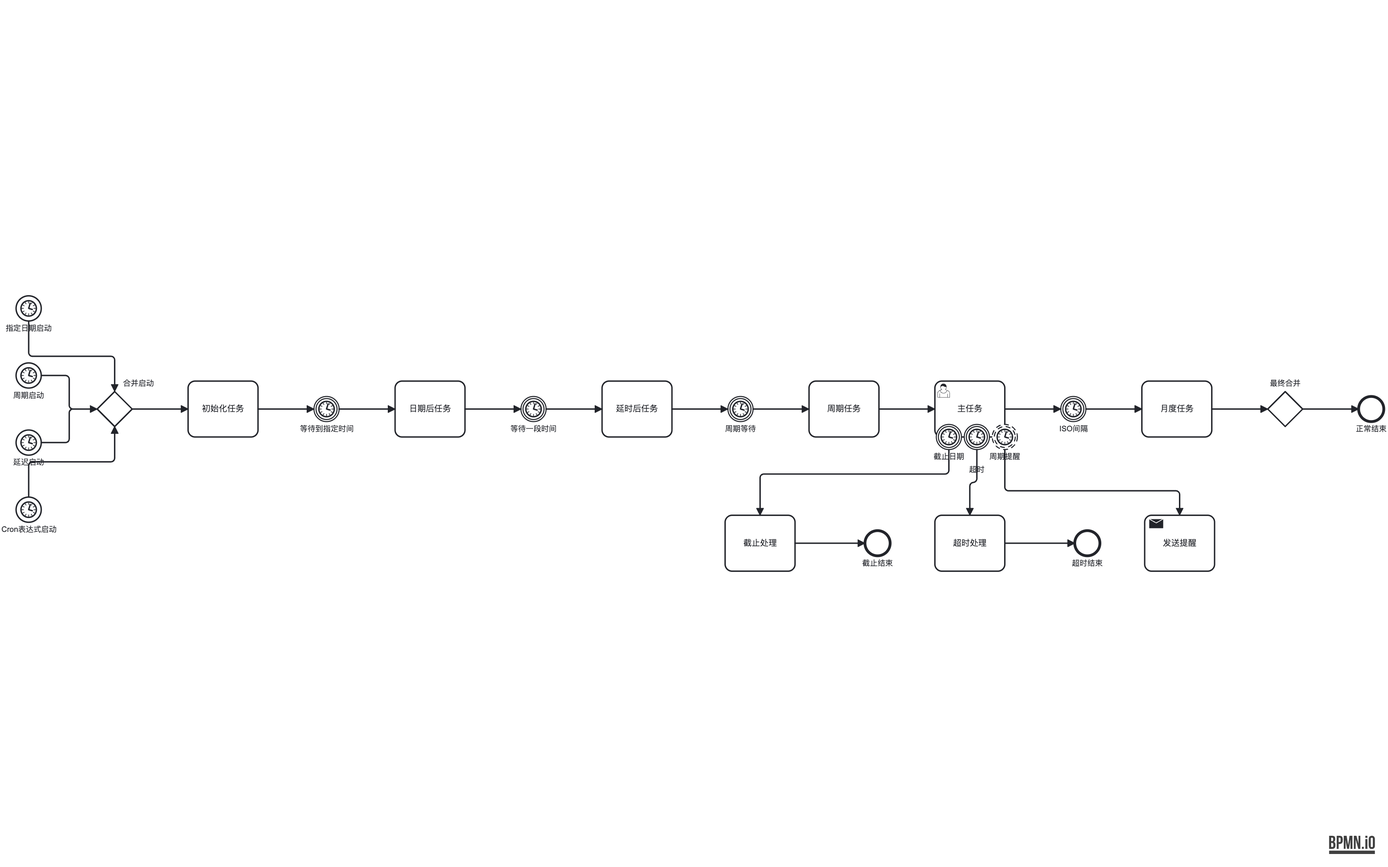
Earlier version of the BPMN export out-bpmn-png/14-timer-variants.png (LcpMarvel/tramito-layout). Its source is kept beside it as out-xml/14-timer-variants.bpmn. Ids are renumbered.
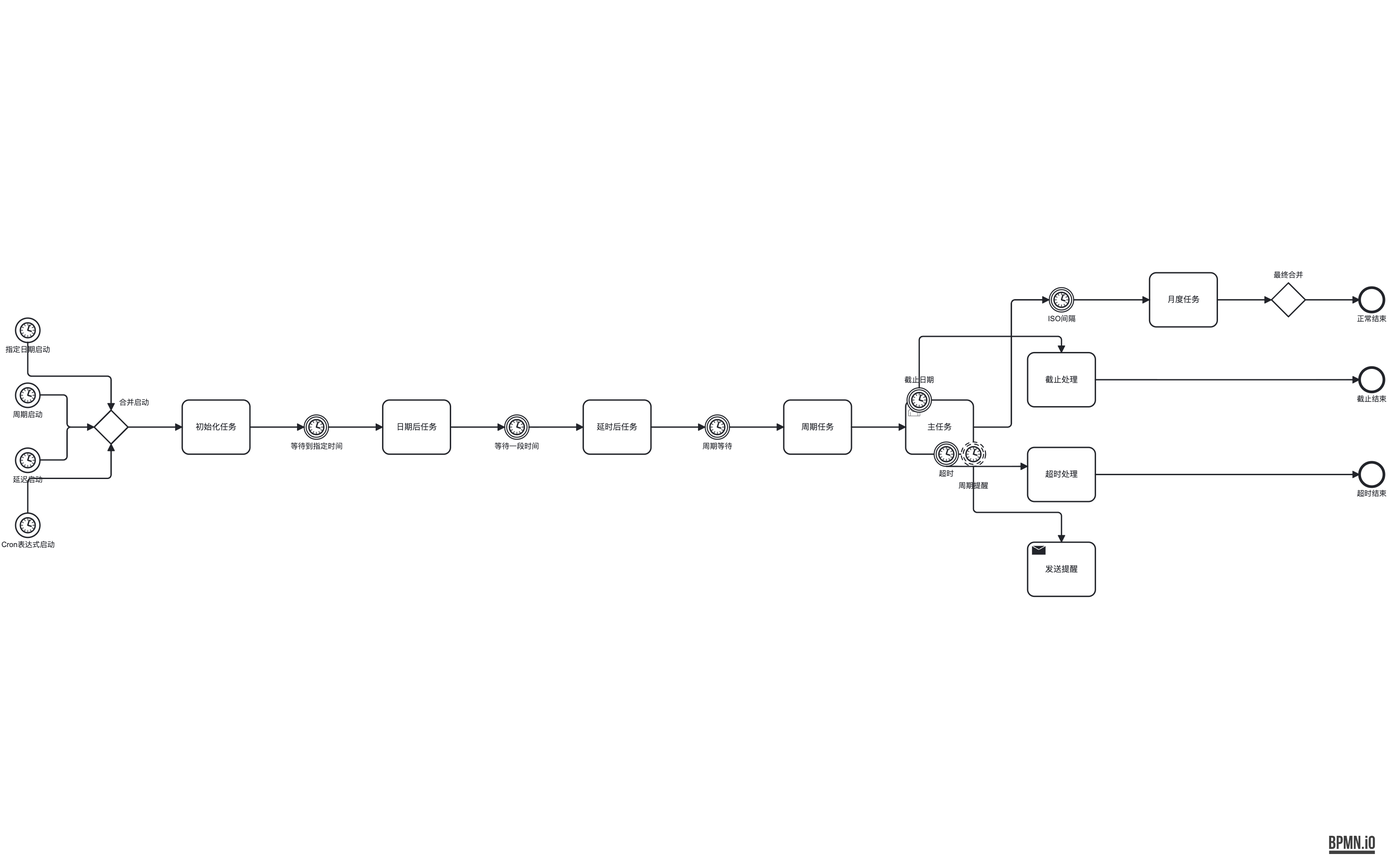
The same file after the commit.

Change to the diagram source:
```diff
@@ -361,8 +361,7 @@
       </bpmndi:BPMNEdge>
       <bpmndi:BPMNEdge id="flow_timeout_boundary_di" bpmnElement="flow_timeout_boundary">
         <di:waypoint x="1436" y="318" />
-        <di:waypoint x="1436" y="352" />
-        <di:waypoint x="1556" y="352" />
+        <di:waypoint x="1556" y="318" />
       </bpmndi:BPMNEdge>
       <bpmndi:BPMNEdge id="flow_timeout_to_end_di" bpmnElement="flow_timeout_to_end">
         <di:waypoint x="1656" y="330" />
```
